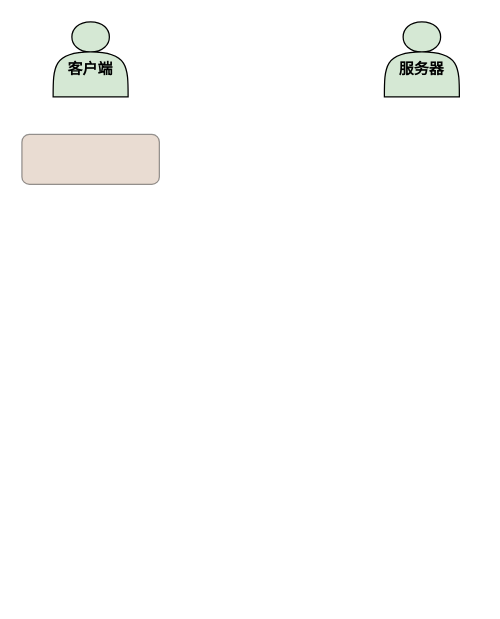
Before: TCP Socket.drawio in hhw-cainiao/draw, a draw.io diagram. Source tidied: cells renumbered, new cells numbered last; positions are measured from the earlier drawing's top-left corner, leaving out a move shared by most shapes. Both pictures are drawn from the tidied source at 125%, with x=0, y=0 at pixel (21, 21).
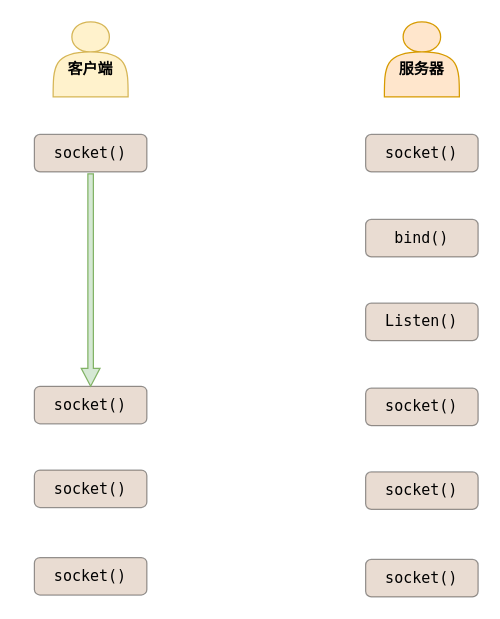
After the change.

What changed in the source:
```diff
@@
 <mxGraphModel>
   <root>
     <mxCell id="0" />
     <mxCell id="1" parent="0" />
-    <mxCell id="2" style="rounded=1;whiteSpace=wrap;html=1;fillColor=#C7A78F;opacity=40;" parent="1" vertex="1">
-      <mxGeometry y="90" width="110" height="40" as="geometry" />
-    </mxCell>
-    <mxCell id="3" value="&lt;div&gt;&lt;b&gt;&lt;br&gt;&lt;/b&gt;&lt;/div&gt;&lt;div&gt;&lt;b&gt;客户端&lt;/b&gt;&lt;/div&gt;" style="shape=actor;whiteSpace=wrap;html=1;fillColor=#D5E8D4;" parent="1" vertex="1">
+    <mxCell id="3" value="&lt;div&gt;&lt;b&gt;&lt;br&gt;&lt;/b&gt;&lt;/div&gt;&lt;div&gt;&lt;b&gt;客户端&lt;/b&gt;&lt;/div&gt;" style="shape=actor;whiteSpace=wrap;html=1;fillColor=#fff2cc;fontFamily=Times New Roman;strokeColor=#d6b656;" parent="1" vertex="1">
       <mxGeometry x="25" width="60" height="60" as="geometry" />
     </mxCell>
-    <mxCell id="4" value="&lt;div&gt;&lt;b&gt;&lt;br&gt;&lt;/b&gt;&lt;/div&gt;&lt;div&gt;&lt;b&gt;服务器&lt;br&gt;&lt;/b&gt;&lt;/div&gt;" style="shape=actor;whiteSpace=wrap;html=1;fillColor=#D5E8D4;" parent="1" vertex="1">
+    <mxCell id="4" value="&lt;div&gt;&lt;b&gt;&lt;br&gt;&lt;/b&gt;&lt;/div&gt;&lt;div&gt;&lt;b&gt;服务器&lt;br&gt;&lt;/b&gt;&lt;/div&gt;" style="shape=actor;whiteSpace=wrap;html=1;fillColor=#ffe6cc;fontFamily=Times New Roman;strokeColor=#d79b00;" parent="1" vertex="1">
       <mxGeometry x="290" width="60" height="60" as="geometry" />
     </mxCell>
+    <mxCell id="5" value="socket()" style="rounded=1;whiteSpace=wrap;html=1;fillColor=#C7A78F;opacity=40;fontFamily=Lucida Console;" parent="1" vertex="1">
+      <mxGeometry x="275" y="90" width="90" height="30" as="geometry" />
+    </mxCell>
+    <mxCell id="6" value="bind()" style="rounded=1;whiteSpace=wrap;html=1;fillColor=#C7A78F;opacity=40;fontFamily=Lucida Console;" parent="1" vertex="1">
+      <mxGeometry x="275" y="158" width="90" height="30" as="geometry" />
+    </mxCell>
+    <mxCell id="7" value="Listen()" style="rounded=1;whiteSpace=wrap;html=1;fillColor=#C7A78F;opacity=40;fontFamily=Lucida Console;" parent="1" vertex="1">
+      <mxGeometry x="275" y="225" width="90" height="30" as="geometry" />
+    </mxCell>
+    <mxCell id="8" value="socket()" style="rounded=1;whiteSpace=wrap;html=1;fillColor=#C7A78F;opacity=40;fontFamily=Lucida Console;" parent="1" vertex="1">
+      <mxGeometry x="275" y="293" width="90" height="30" as="geometry" />
+    </mxCell>
+    <mxCell id="9" value="socket()" style="rounded=1;whiteSpace=wrap;html=1;fillColor=#C7A78F;opacity=40;fontFamily=Lucida Console;" parent="1" vertex="1">
+      <mxGeometry x="275" y="360" width="90" height="30" as="geometry" />
+    </mxCell>
+    <mxCell id="10" value="socket()" style="rounded=1;whiteSpace=wrap;html=1;fillColor=#C7A78F;opacity=40;fontFamily=Lucida Console;" parent="1" vertex="1">
+      <mxGeometry x="275" y="430" width="90" height="30" as="geometry" />
+    </mxCell>
+    <mxCell id="11" value="socket()" style="rounded=1;whiteSpace=wrap;html=1;fillColor=#C7A78F;opacity=40;fontFamily=Lucida Console;" parent="1" vertex="1">
+      <mxGeometry x="10" y="291.5" width="90" height="30" as="geometry" />
+    </mxCell>
+    <mxCell id="12" value="socket()" style="rounded=1;whiteSpace=wrap;html=1;fillColor=#C7A78F;opacity=40;fontFamily=Lucida Console;" parent="1" vertex="1">
+      <mxGeometry x="10" y="358.5" width="90" height="30" as="geometry" />
+    </mxCell>
+    <mxCell id="13" value="socket()" style="rounded=1;whiteSpace=wrap;html=1;fillColor=#C7A78F;opacity=40;fontFamily=Lucida Console;" parent="1" vertex="1">
+      <mxGeometry x="10" y="428.5" width="90" height="30" as="geometry" />
+    </mxCell>
+    <mxCell id="14" value="socket()" style="rounded=1;whiteSpace=wrap;html=1;fillColor=#C7A78F;opacity=40;fontFamily=Lucida Console;" parent="1" vertex="1">
+      <mxGeometry x="10" y="90" width="90" height="30" as="geometry" />
+    </mxCell>
+    <mxCell id="15" style="shape=singleArrow;direction=south;whiteSpace=wrap;html=1;arrowWidth=0.2933333333333303;arrowSize=0.08431372549019597;fillColor=#D5E8D4;strokeColor=#82b366;" parent="1" vertex="1">
+      <mxGeometry x="47.5" y="121.5" width="15" height="170" as="geometry" />
+    </mxCell>
   </root>
 </mxGraphModel>
```
